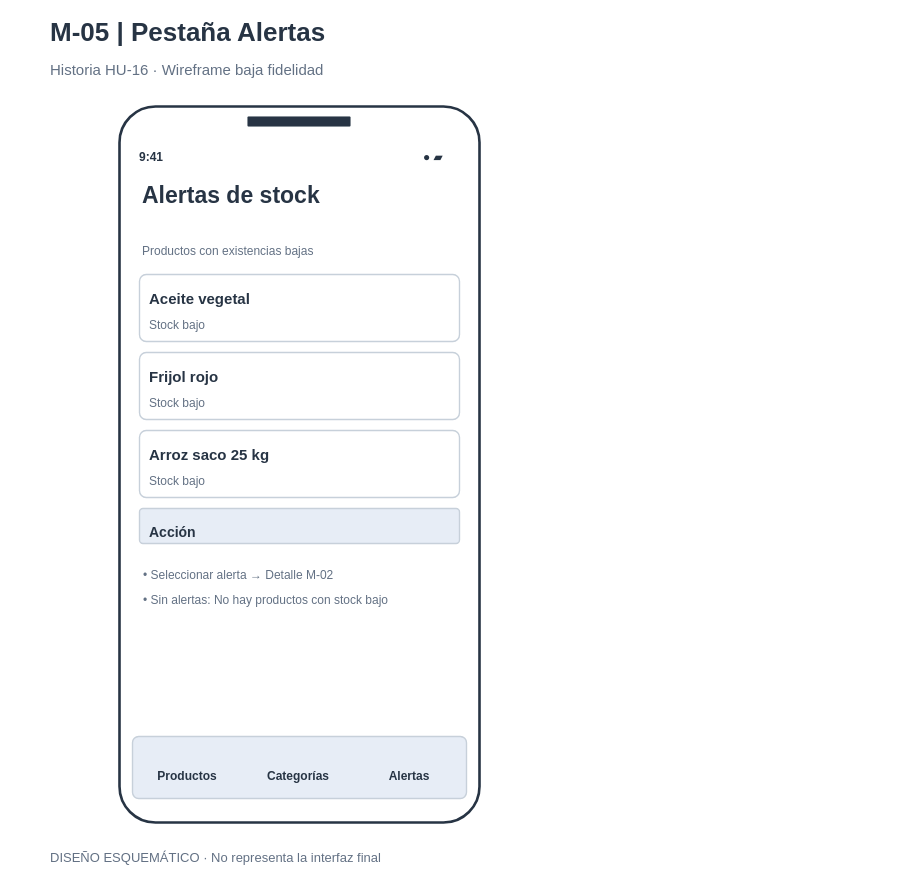
The draw.io diagram page "M-05" (6 of 8) of 01-Documentacion/Wireframes/App/T03_Wireframes_y_Mapa.drawio in FactoryLabSV/Proyecto-final-dam-frameworks-agiles, before the edit. Source tidied: cells renumbered, new cells numbered last; positions are measured from the earlier drawing's top-left corner, leaving out a move shared by most shapes. Both pictures are drawn from the tidied source at 100%, with x=0, y=0 at pixel (17, 17).
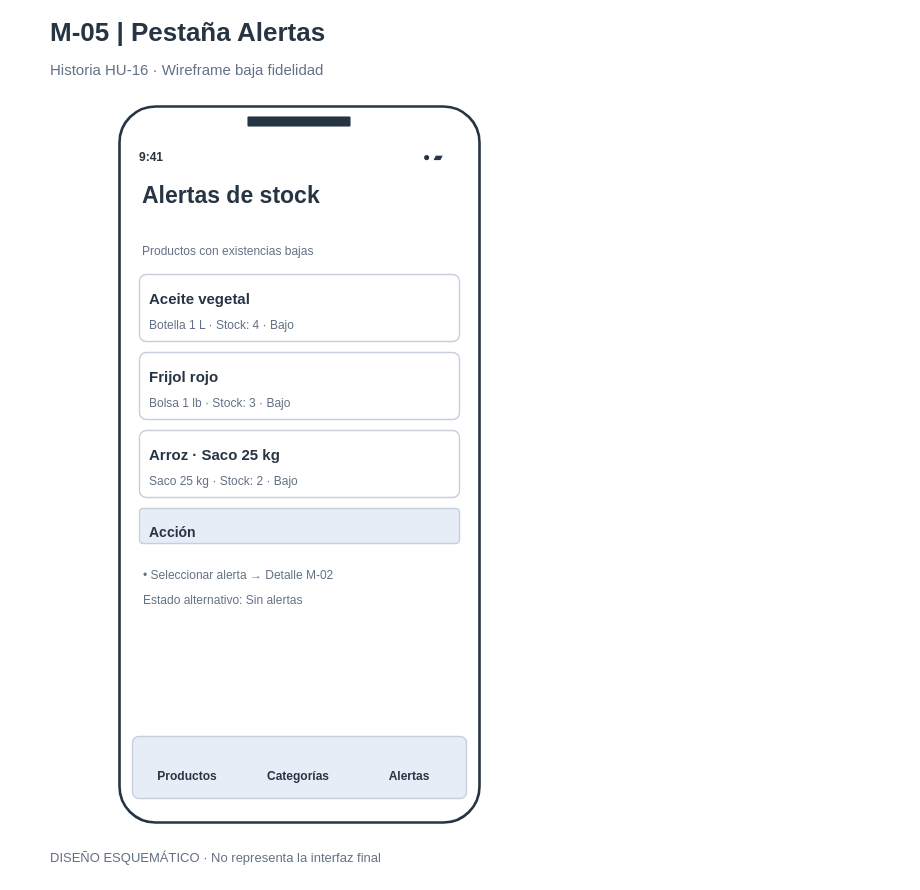
Above is the later version.

Change to the diagram source:
```diff
@@
-    <mxCell id="13" value="Stock bajo" style="text;html=1;whiteSpace=wrap;strokeColor=none;fillColor=none;align=left;verticalAlign=middle;fontSize=12;fontStyle=0;fontColor=#637184;spacing=0;" parent="1" vertex="1">
+    <mxCell id="13" value="Botella 1 L · Stock: 4 · Bajo" style="text;html=1;whiteSpace=wrap;strokeColor=none;fillColor=none;align=left;verticalAlign=middle;fontSize=12;fontStyle=0;fontColor=#637184;spacing=0;" parent="1" vertex="1">
       <mxGeometry x="132" y="293" width="480" height="30" as="geometry" />
     </mxCell>
@@
-    <mxCell id="16" value="Stock bajo" style="text;html=1;whiteSpace=wrap;strokeColor=none;fillColor=none;align=left;verticalAlign=middle;fontSize=12;fontStyle=0;fontColor=#637184;spacing=0;" parent="1" vertex="1">
+    <mxCell id="16" value="Bolsa 1 lb · Stock: 3 · Bajo" style="text;html=1;whiteSpace=wrap;strokeColor=none;fillColor=none;align=left;verticalAlign=middle;fontSize=12;fontStyle=0;fontColor=#637184;spacing=0;" parent="1" vertex="1">
       <mxGeometry x="132" y="371" width="480" height="30" as="geometry" />
     </mxCell>
@@
-    <mxCell id="18" value="Arroz saco 25 kg" style="text;html=1;whiteSpace=wrap;strokeColor=none;fillColor=none;align=left;verticalAlign=middle;fontSize=15;fontStyle=1;fontColor=#273444;spacing=0;" parent="1" vertex="1">
+    <mxCell id="18" value="Arroz · Saco 25 kg" style="text;html=1;whiteSpace=wrap;strokeColor=none;fillColor=none;align=left;verticalAlign=middle;fontSize=15;fontStyle=1;fontColor=#273444;spacing=0;" parent="1" vertex="1">
       <mxGeometry x="132" y="422" width="480" height="30" as="geometry" />
     </mxCell>
-    <mxCell id="19" value="Stock bajo" style="text;html=1;whiteSpace=wrap;strokeColor=none;fillColor=none;align=left;verticalAlign=middle;fontSize=12;fontStyle=0;fontColor=#637184;spacing=0;" parent="1" vertex="1">
+    <mxCell id="19" value="Saco 25 kg · Stock: 2 · Bajo" style="text;html=1;whiteSpace=wrap;strokeColor=none;fillColor=none;align=left;verticalAlign=middle;fontSize=12;fontStyle=0;fontColor=#637184;spacing=0;" parent="1" vertex="1">
       <mxGeometry x="132" y="449" width="480" height="30" as="geometry" />
     </mxCell>
@@
-    <mxCell id="23" value="• Sin alertas: No hay productos con stock bajo" style="text;html=1;whiteSpace=wrap;strokeColor=none;fillColor=none;align=left;verticalAlign=middle;fontSize=12;fontStyle=0;fontColor=#637184;spacing=0;" parent="1" vertex="1">
+    <mxCell id="23" value="Estado alternativo: Sin alertas" style="text;html=1;whiteSpace=wrap;strokeColor=none;fillColor=none;align=left;verticalAlign=middle;fontSize=12;fontStyle=0;fontColor=#637184;spacing=0;" parent="1" vertex="1">
       <mxGeometry x="126" y="568" width="480" height="30" as="geometry" />
     </mxCell>
```
